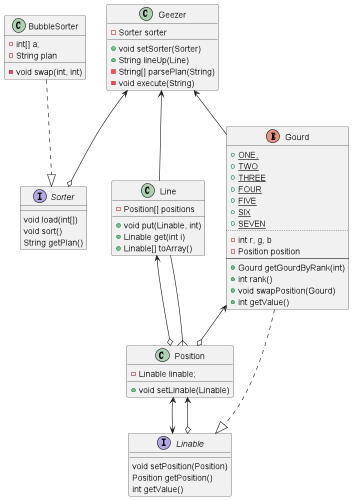
This is imglib/javahw2/task1_class.png from Kekwy/kekwy.github.io, a PlantUML export, as it was before one commit. Its diagram source:
```plantuml
@startuml

interface Sorter {
    void load(int[])
    void sort()
    String getPlan()
}

interface Linable {
    void setPosition(Position)
    Position getPosition()
    int getValue()
}

class Line {
    - Position[] positions
    + void put(Linable, int)
    + Linable get(int i)
    + Linable[] toArray()
}

class Geezer {
    - Sorter sorter

    + void setSorter(Sorter)
    + String lineUp(Line)
    - String[] parsePlan(String)
    - void execute(String)
}

class BubbleSorter {
    - int[] a;
    - String plan
    - void swap(int, int)
}

class Position {
    - Linable linable;
    + void setLinable(Linable)
}

enum Gourd {
    + {static}ONE,
    + {static}TWO
    + {static}THREE
    + {static}FOUR
    + {static}FIVE
    + {static}SIX
    + {static}SEVEN
    ..
    - int r, g, b
    - Position position
    --
    + Gourd getGourdByRank(int)
    + int rank()
    + void swapPosition(Gourd)
    + int getValue()
}

Position <--> Linable
Position <--o Linable
Line <--o Position
Line --{ Position
Gourd ...|> Linable
Gourd <--o Position
BubbleSorter ..|> Sorter
Geezer <--o Sorter
Geezer <-- Line
Geezer <-- Gourd

@enduml
```
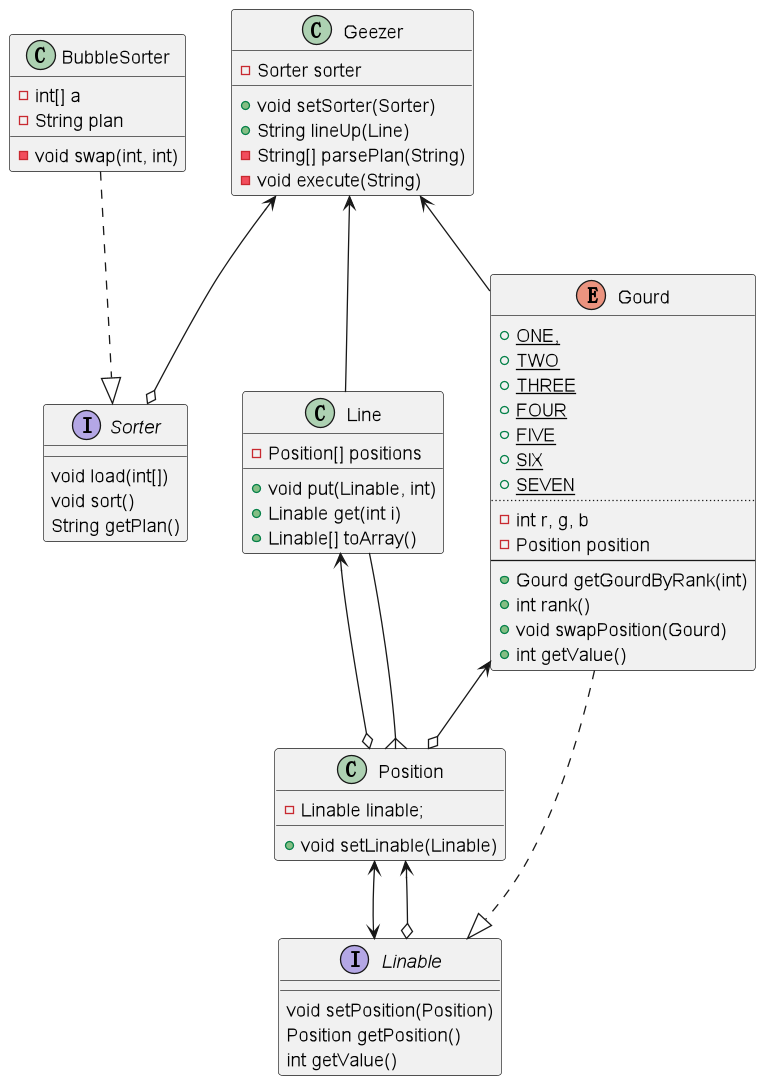
Later version of the same file.

What changed in the source:
```diff
@@ -29,7 +29,7 @@
 }
 
 class BubbleSorter {
-    - int[] a;
+    - int[] a
     - String plan
     - void swap(int, int)
 }
```
